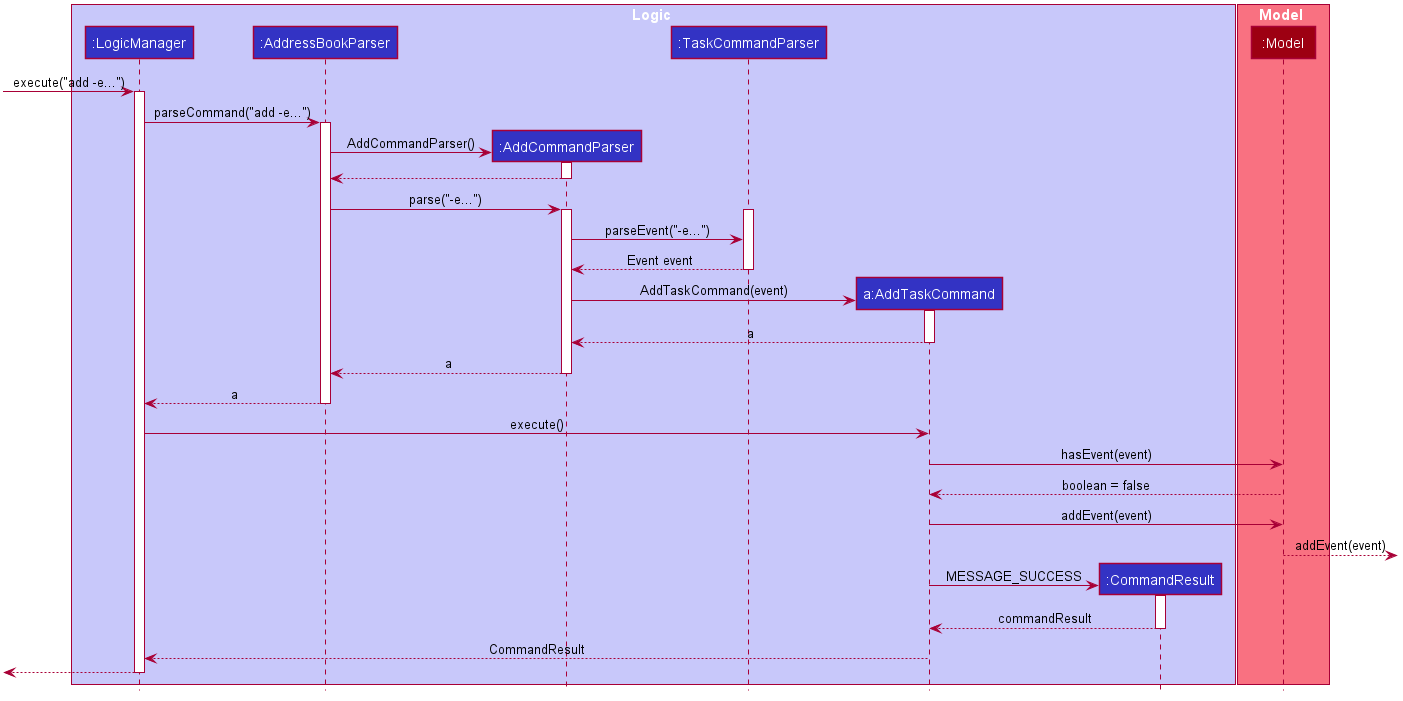
The PlantUML diagram docs/images/AddTaskSequenceDiagram.png in wireseo/tp, before a commit.
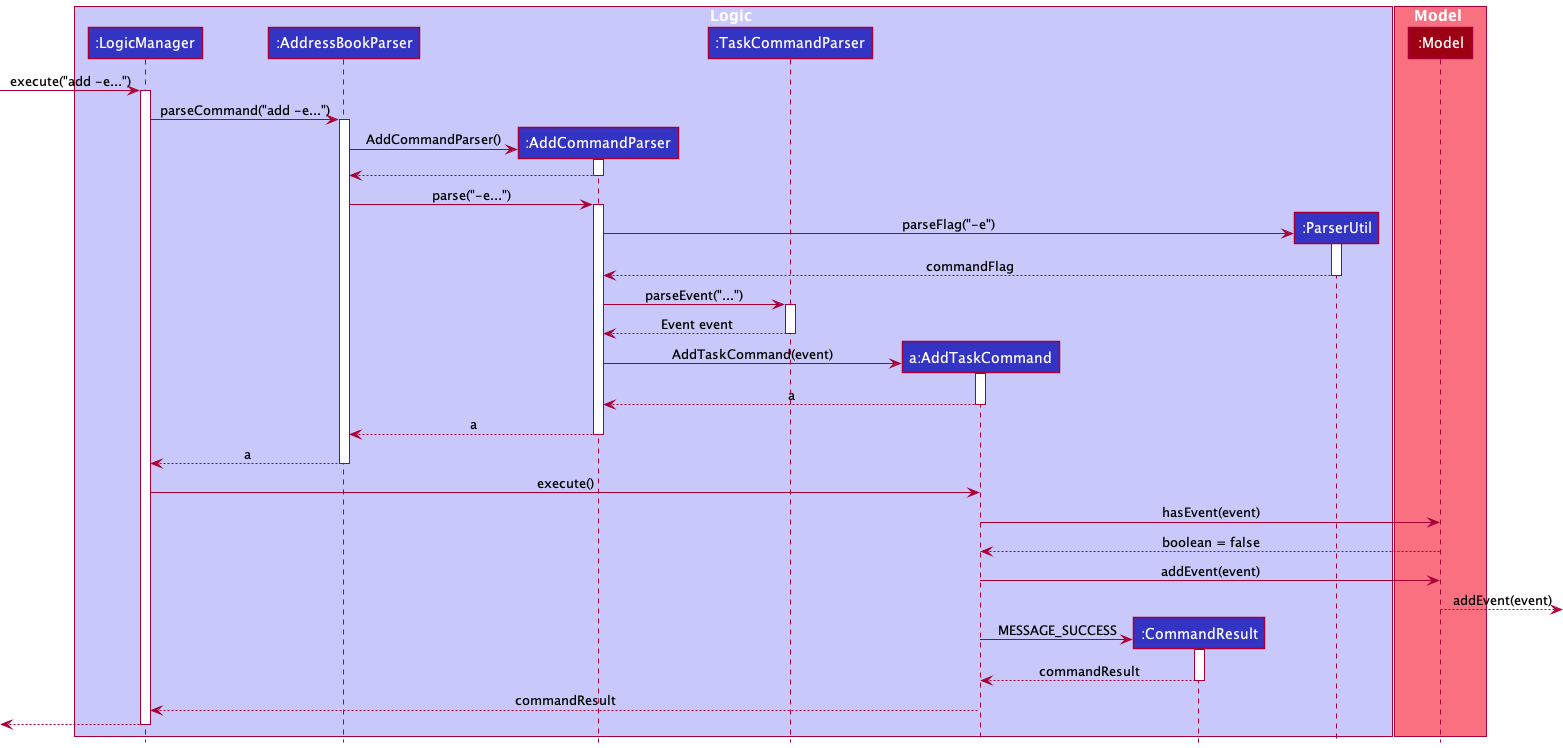
The same file after the commit.

Diff of the diagram source:
```diff
@@ -1,65 +1,18 @@
 @startuml
+!include style.puml
 
-
-
-
-
-
-
-
-
-skinparam BackgroundColor #FFFFFFF
-
-skinparam Shadowing false
-
-skinparam Class {
-    FontColor #FFFFFF
-    BorderThickness 1
-    BorderColor #FFFFFF
-    StereotypeFontColor #FFFFFF
-    FontName Arial
-}
-
-skinparam Actor {
-    BorderColor #000000
-    Color #000000
-    FontName Arial
-}
-
-skinparam Sequence {
-    MessageAlign center
-    BoxFontSize 15
-    BoxPadding 0
-    BoxFontColor #FFFFFF
-    FontName Arial
-}
-
-skinparam Participant {
-    FontColor #FFFFFFF
-    Padding 20
-}
-
-skinparam MinClassWidth 50
-skinparam ParticipantPadding 10
-skinparam Shadowing false
-skinparam DefaultTextAlignment center
-skinparam packageStyle Rectangle
-
-hide footbox
-hide members
-hide circle
-
-box Logic #C8C8FA
-participant ":LogicManager" as LogicManager #3333C4
-participant ":AddressBookParser" as AddressBookParser #3333C4
-participant ":AddCommandParser" as AddCommandParser #3333C4
-participant ":TaskCommandParser" as TaskCommandParser #3333C4
-participant "a:AddTaskCommand" as AddTaskCommand #3333C4
-participant ":CommandResult" as CommandResult #3333C4
+box Logic LOGIC_COLOR_T1
+participant ":LogicManager" as LogicManager LOGIC_COLOR
+participant ":AddressBookParser" as AddressBookParser LOGIC_COLOR
+participant ":AddCommandParser" as AddCommandParser LOGIC_COLOR
+participant ":TaskCommandParser" as TaskCommandParser LOGIC_COLOR
+participant "a:AddTaskCommand" as AddTaskCommand LOGIC_COLOR
+participant ":CommandResult" as CommandResult LOGIC_COLOR
+participant ":ParserUtil" as ParserUtil LOGIC_COLOR
 end box
 
-box Model #F97181
-participant ":Model" as ModelManager #9D0012
+box Model MODEL_COLOR_T1
+participant ":Model" as ModelManager MODEL_COLOR
 end box
 
 [-> LogicManager : execute("add -e...")
@@ -78,8 +31,16 @@
 AddressBookParser -> AddCommandParser : parse("-e...")
 activate AddCommandParser
 
+create ParserUtil
+AddCommandParser -> ParserUtil : parseFlag("-e")
+activate ParserUtil
+
+ParserUtil --> AddCommandParser : commandFlag
+deactivate ParserUtil
+
+AddCommandParser -> TaskCommandParser : parseEvent("...")
 activate TaskCommandParser
-AddCommandParser -> TaskCommandParser : parseEvent("-e...")
+
 TaskCommandParser --> AddCommandParser : Event event
 deactivate TaskCommandParser
 
@@ -110,7 +71,7 @@
     CommandResult --> AddTaskCommand : commandResult
     deactivate CommandResult
 
-LogicManager <-- AddTaskCommand : CommandResult
+LogicManager <-- AddTaskCommand : commandResult
 [<--LogicManager
 deactivate LogicManager
 
```
